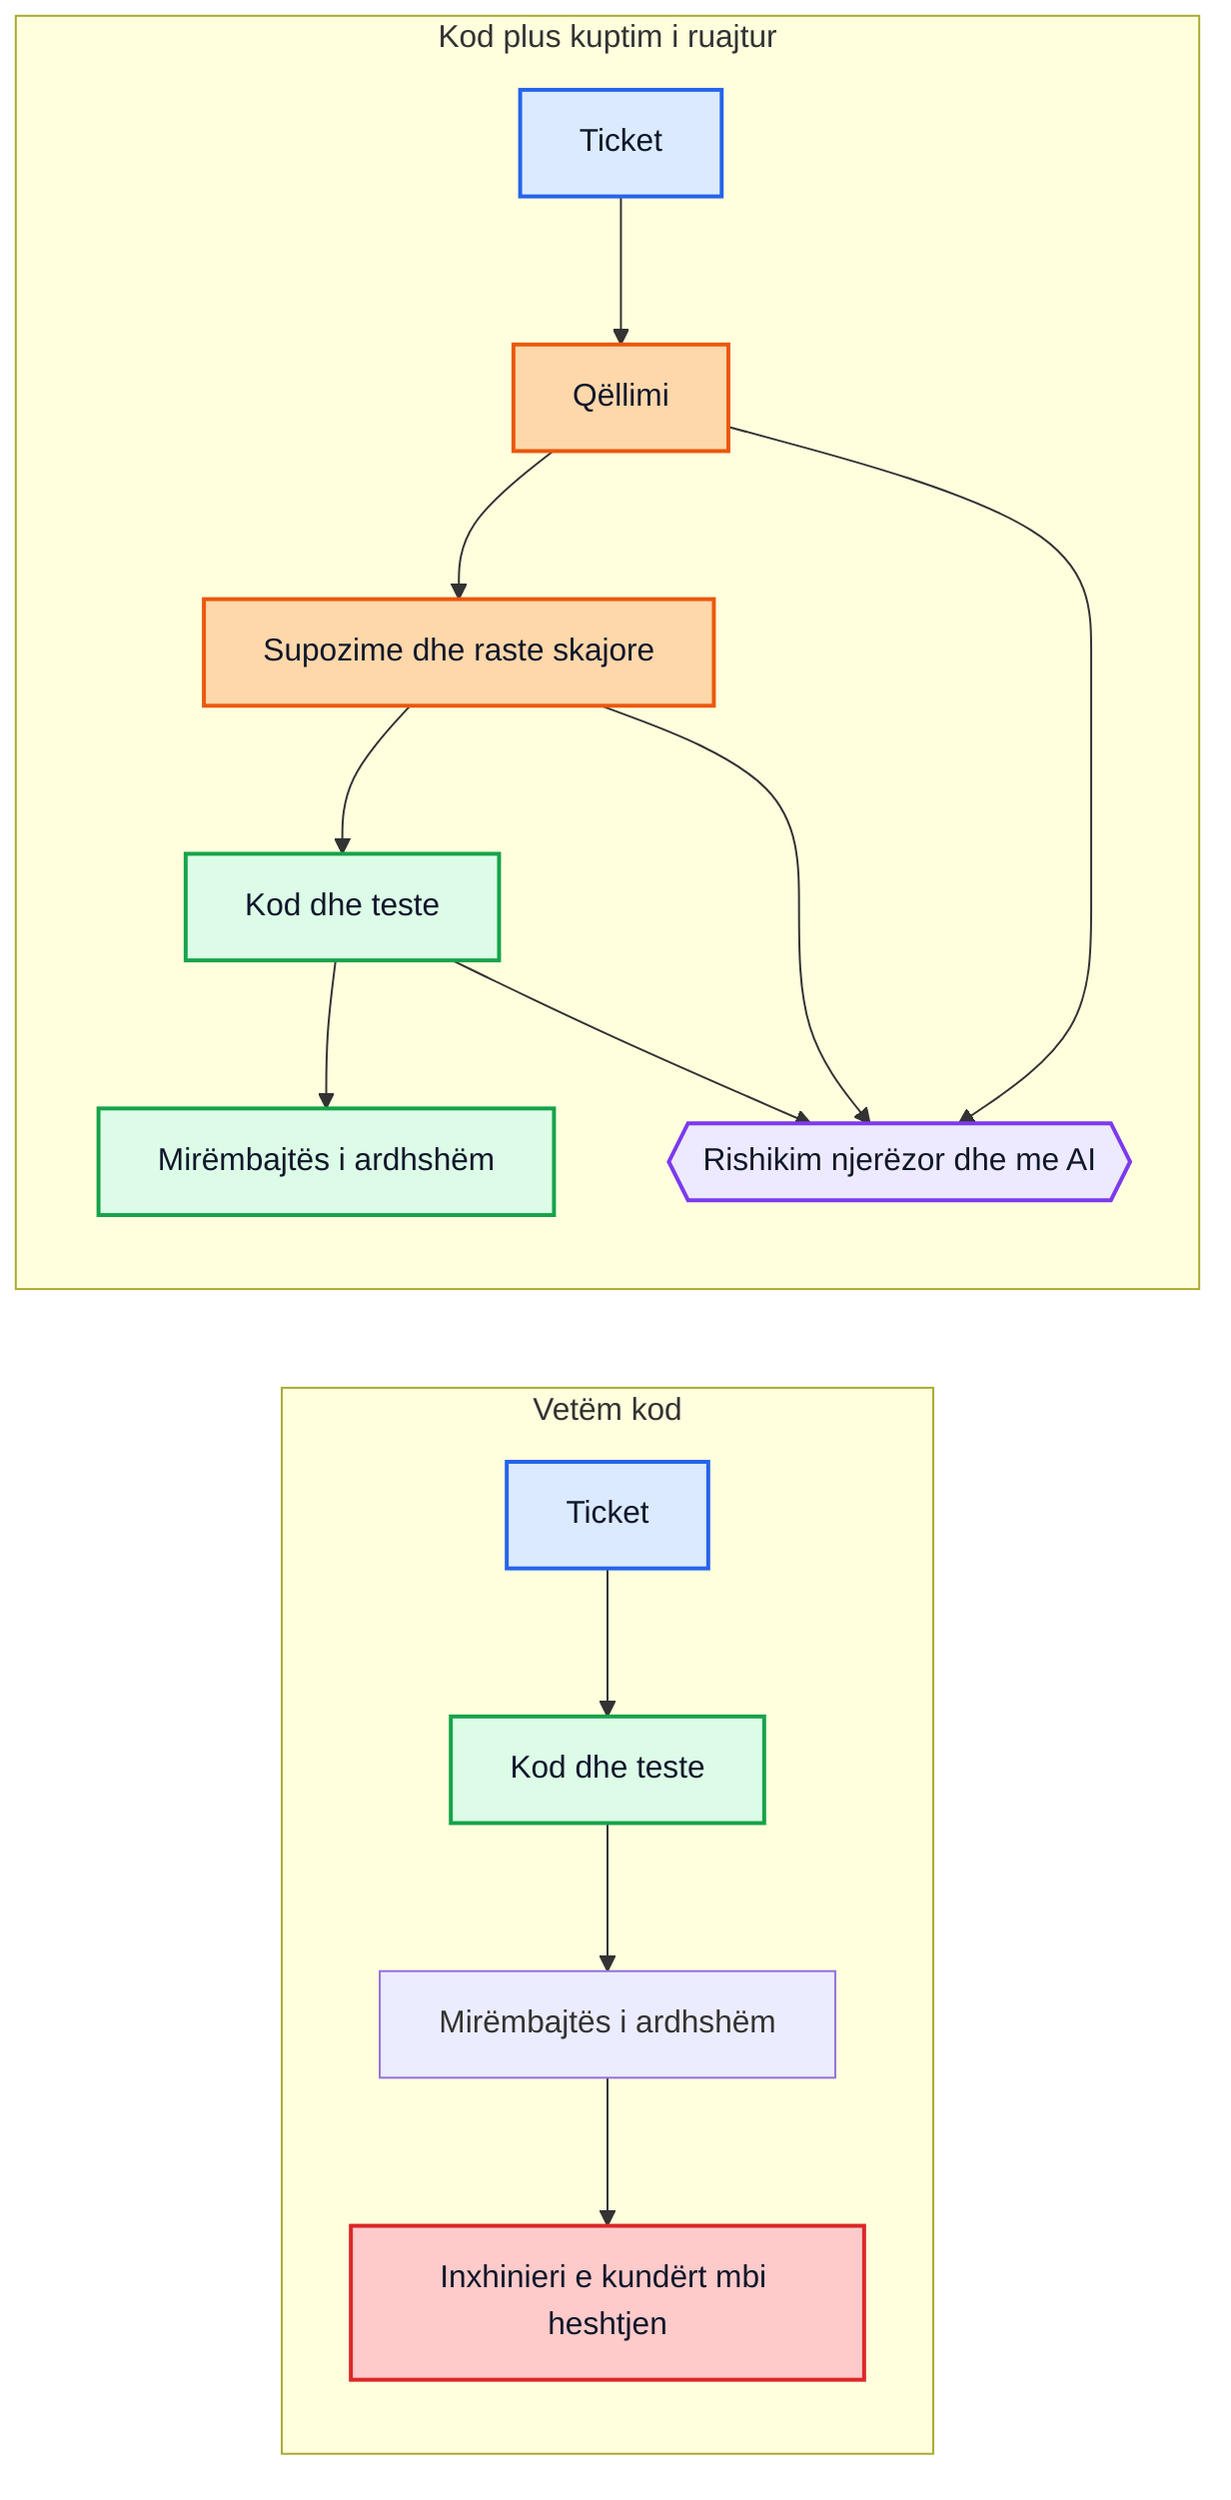
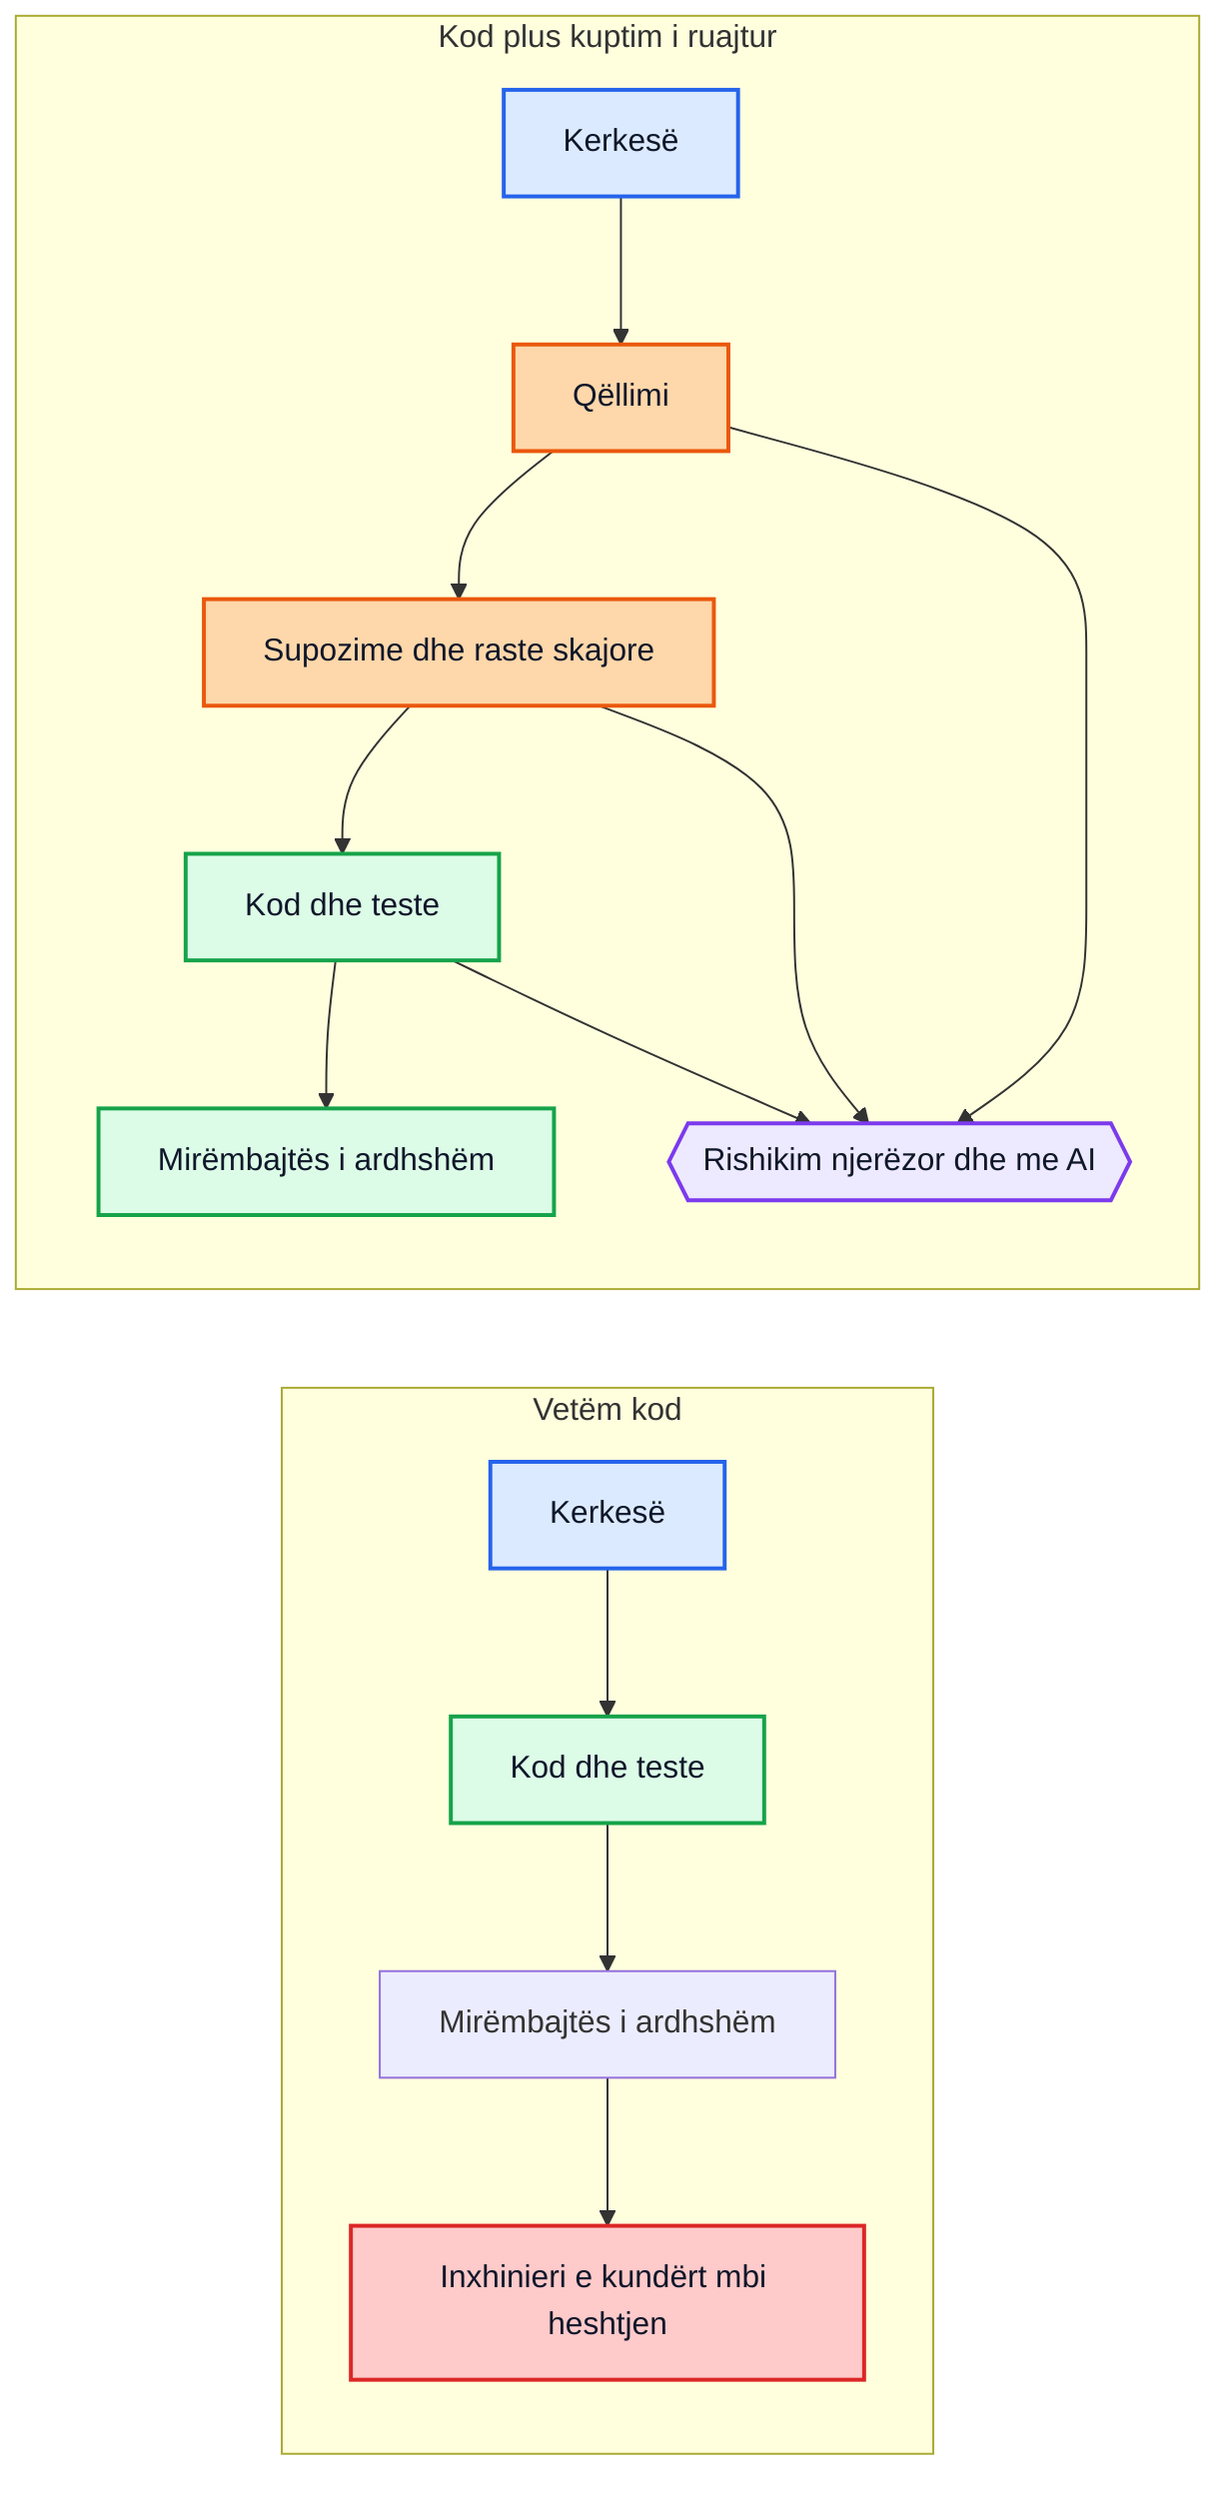
%% Blue = specification or source of truth.
%% Orange = inferred intent and preserved understanding.
%% Green = implementation artifacts.
%% Purple = review and validation loops.
%% Red = maintainability risk.
%% Mermaid source is authoritative. Render with htmlLabels: false via tools/mermaid-render-config.json.
flowchart LR
    subgraph LEFT[Vetëm kod]
-         LSPEC[Ticket]
+         LSPEC[Kerkesë]
        LCODE[Kod dhe teste]
        LMAINT[Mirëmbajtës i ardhshëm]
        LRISK[Inxhinieri e kundërt mbi heshtjen]

        LSPEC --> LCODE --> LMAINT --> LRISK
    end

    subgraph RIGHT[Kod plus kuptim i ruajtur]
-         RSPEC[Ticket]
+         RSPEC[Kerkesë]
        RINTENT[Qëllimi]
        RASSUME[Supozime dhe raste skajore]
        RCODE[Kod dhe teste]
        RREVIEW{{Rishikim njerëzor dhe me AI}}
        RMAINT[Mirëmbajtës i ardhshëm]

        RSPEC --> RINTENT --> RASSUME --> RCODE --> RMAINT
        RINTENT --> RREVIEW
        RASSUME --> RREVIEW
        RCODE --> RREVIEW
    end

    classDef source fill:#dbeafe,stroke:#2563eb,stroke-width:2px,color:#0f172a;
    classDef understanding fill:#fed7aa,stroke:#ea580c,stroke-width:2px,color:#0f172a;
    classDef implementation fill:#dcfce7,stroke:#16a34a,stroke-width:2px,color:#0f172a;
    classDef review fill:#ede9fe,stroke:#7c3aed,stroke-width:2px,color:#0f172a;
    classDef risk fill:#fecaca,stroke:#dc2626,stroke-width:2px,color:#0f172a;

    class LSPEC,RSPEC source;
    class RINTENT,RASSUME understanding;
    class LCODE,RCODE,RMAINT implementation;
    class RREVIEW review;
    class LRISK risk;
